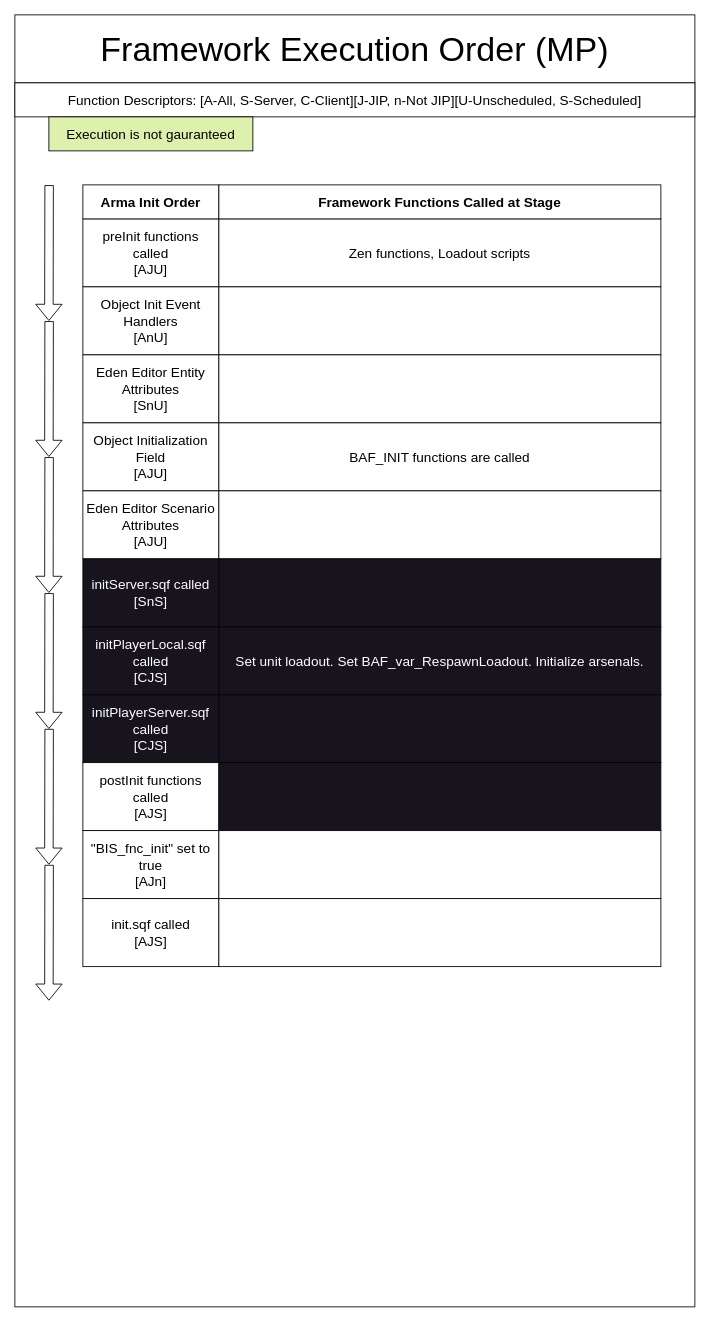
This is .notes/diagrams/FrameworkExecutionOrder.drawio from BAXENdev/BAF, a draw.io file, before an edit. Source tidied: cells renumbered, new cells numbered last; positions are measured from the earlier drawing's top-left corner, leaving out a move shared by most shapes. Both pictures are drawn from the tidied source at 85%, with x=0, y=0 at pixel (14, 14).
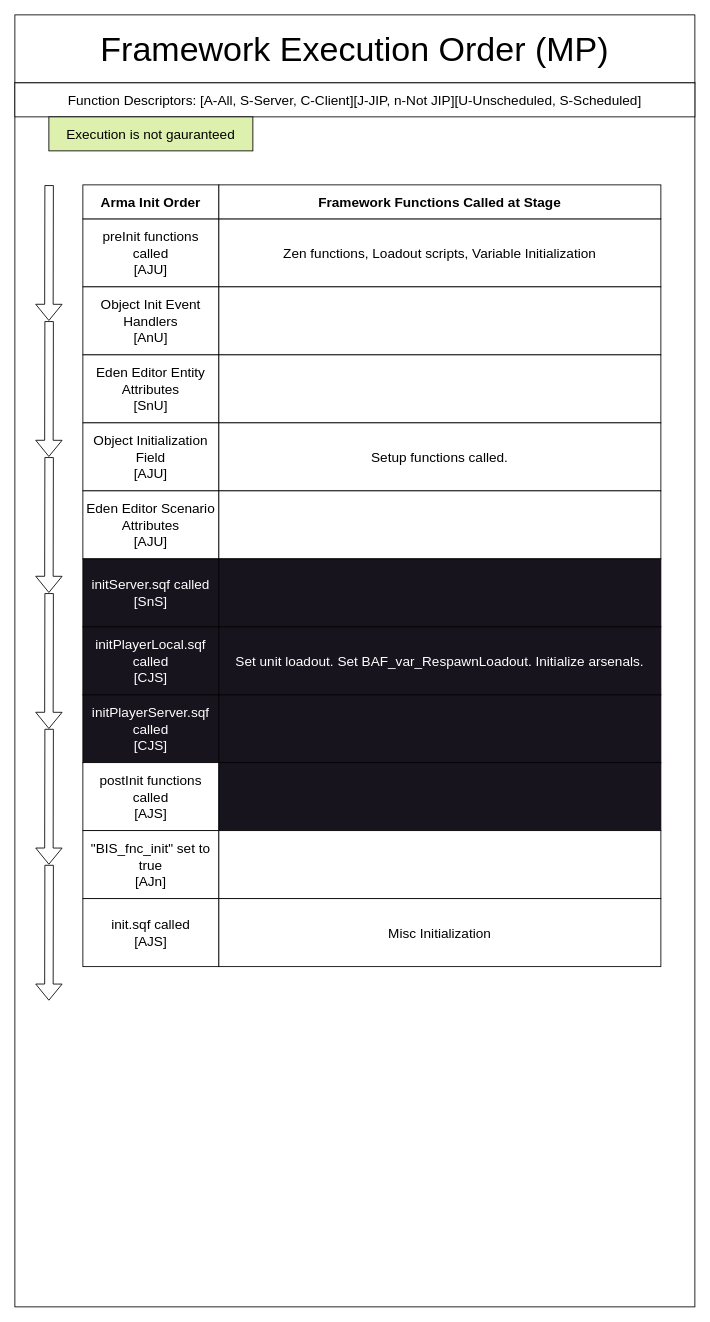
The same page after the edit.

Change to the diagram source:
```diff
@@
-    <mxCell id="5" value="Zen functions, Loadout scripts" style="rounded=0;whiteSpace=wrap;html=1;fillStyle=auto;fontSize=16;" parent="1" vertex="1">
+    <mxCell id="5" value="Zen functions, Loadout scripts, Variable Initialization" style="rounded=0;whiteSpace=wrap;html=1;fillStyle=auto;fontSize=16;" parent="1" vertex="1">
       <mxGeometry x="240" y="240" width="520" height="80" as="geometry" />
     </mxCell>
@@
-    <mxCell id="14" value="BAF_INIT functions are called" style="rounded=0;whiteSpace=wrap;html=1;fillStyle=auto;fontSize=16;" parent="1" vertex="1">
+    <mxCell id="14" value="Setup functions called." style="rounded=0;whiteSpace=wrap;html=1;fillStyle=auto;fontSize=16;" parent="1" vertex="1">
       <mxGeometry x="240" y="480" width="520" height="80" as="geometry" />
     </mxCell>
@@
-    <mxCell id="34" style="rounded=0;whiteSpace=wrap;html=1;fillStyle=auto;fontSize=16;" parent="1" vertex="1">
+    <mxCell id="34" value="Misc Initialization" style="rounded=0;whiteSpace=wrap;html=1;fillStyle=auto;fontSize=16;" parent="1" vertex="1">
       <mxGeometry x="240" y="1039.7" width="520" height="80" as="geometry" />
     </mxCell>
```
